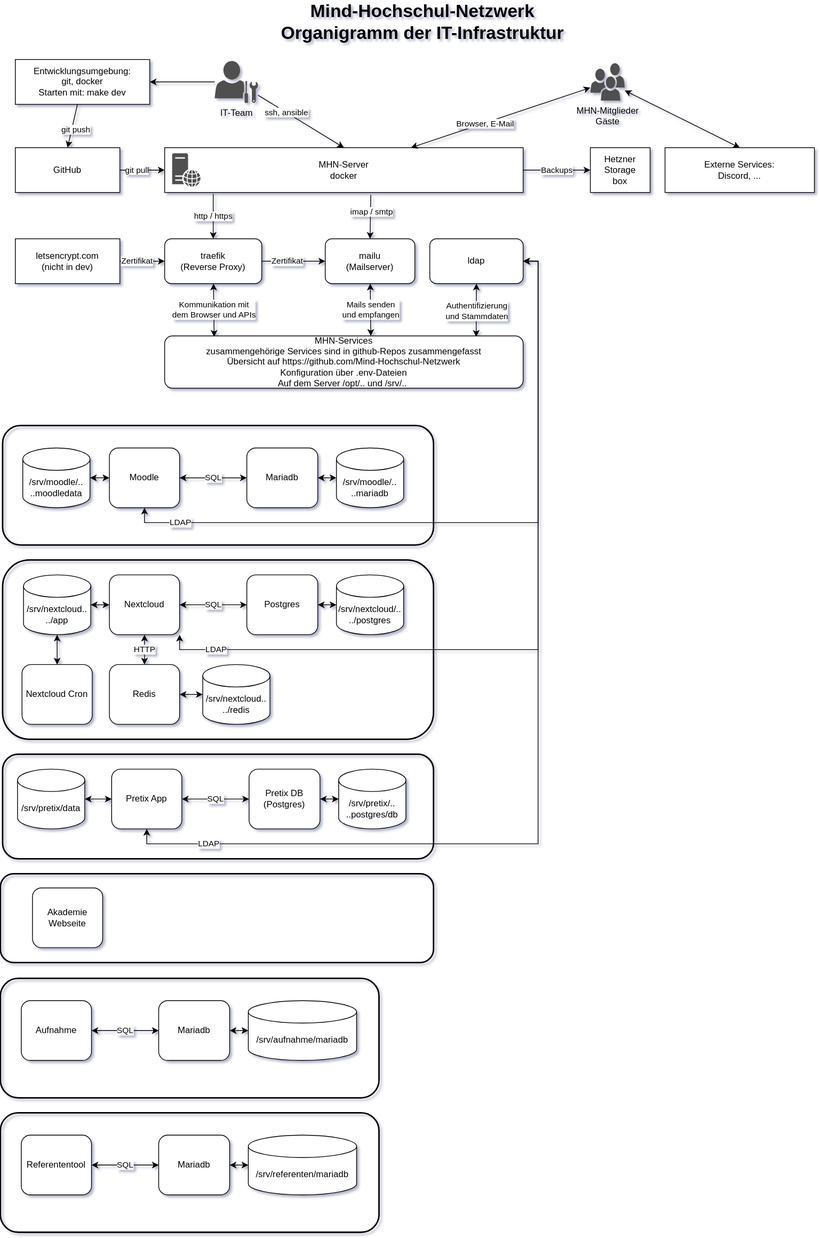
Mind-Hochschul-Netzwerk/.github keeps this draw.io diagram as profile/organization-chart.drawio.svg. Above is the earlier version. Source tidied: cells renumbered, new cells last; positions are measured from the earlier drawing's top-left corner, leaving out a move shared by most shapes.
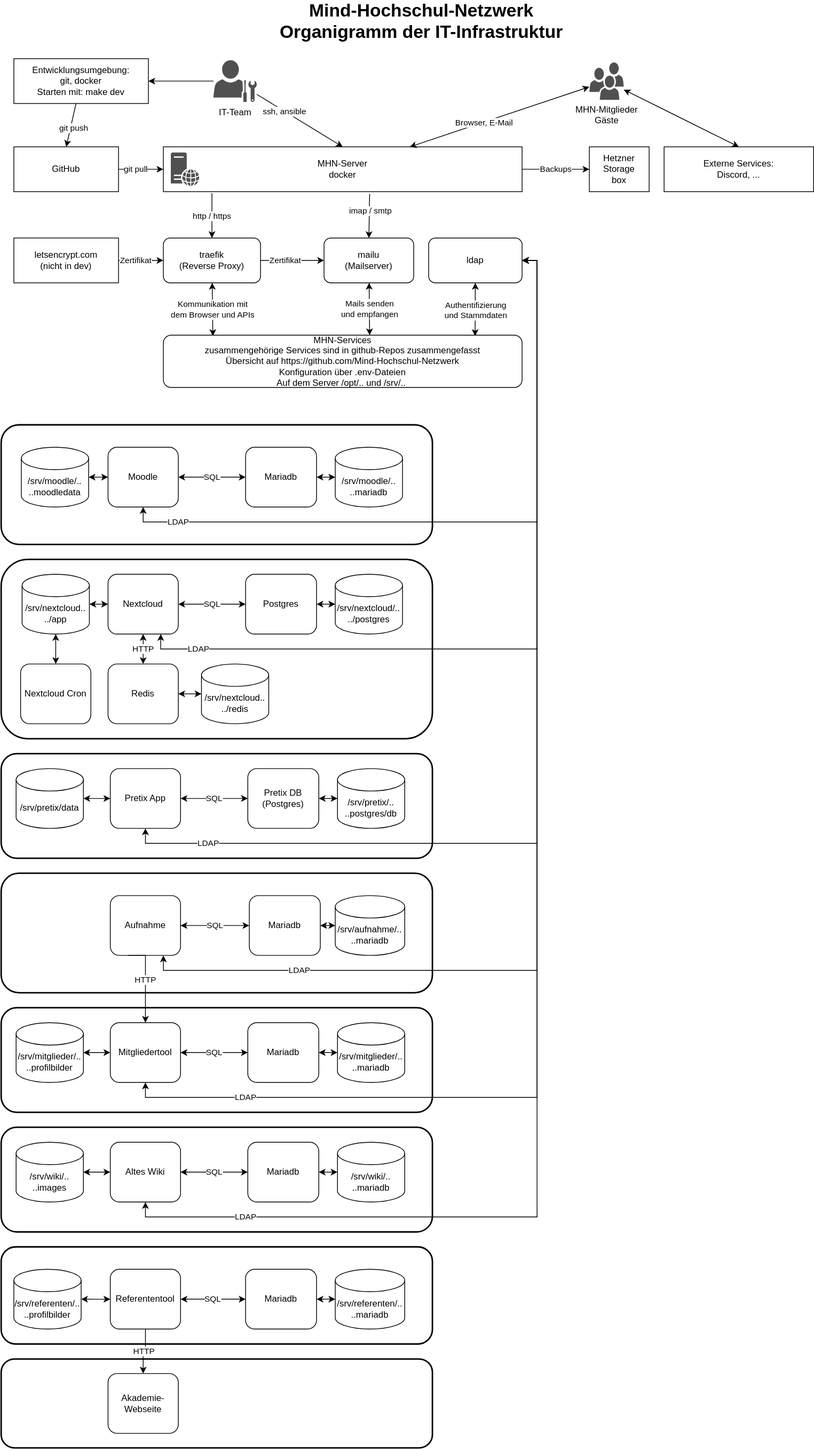
Later version of the same file.

Change to the diagram source:
```diff
@@ -3,10 +3,10 @@
     <mxCell id="0" />
     <mxCell id="1" parent="0" />
     <mxCell id="2" style="rounded=1;whiteSpace=wrap;html=1;fillColor=none;strokeWidth=2;glass=0;shadow=0;sketch=0;" parent="1" vertex="1">
-      <mxGeometry y="1160" width="580" height="119" as="geometry" />
+      <mxGeometry x="3" y="1810" width="577" height="119" as="geometry" />
     </mxCell>
     <mxCell id="3" style="rounded=1;whiteSpace=wrap;html=1;fillColor=none;strokeWidth=2;glass=0;shadow=0;sketch=0;" parent="1" vertex="1">
-      <mxGeometry y="1300" width="507" height="160" as="geometry" />
+      <mxGeometry x="3" y="1160" width="577" height="160" as="geometry" />
     </mxCell>
     <mxCell id="4" style="rounded=1;whiteSpace=wrap;html=1;fillColor=none;strokeWidth=2;glass=0;shadow=0;sketch=0;" parent="1" vertex="1">
       <mxGeometry x="3" y="1000" width="577" height="140" as="geometry" />
@@ -123,6 +123,31 @@
         <mxPoint y="11" as="offset" />
       </mxGeometry>
     </mxCell>
+    <mxCell id="88" style="edgeStyle=orthogonalEdgeStyle;rounded=0;jettySize=auto;html=1;entryX=0.75;entryY=1;entryDx=0;entryDy=0;" parent="1" edge="1" source="41" target="78">
+      <mxGeometry relative="1" as="geometry">
+        <Array as="points">
+          <mxPoint x="720" y="340" />
+          <mxPoint x="720" y="1290" />
+          <mxPoint x="220" y="1290" />
+          <mxPoint x="220" y="1270" />
+        </Array>
+      </mxGeometry>
+    </mxCell>
+    <mxCell id="89" value="LDAP" style="edgeLabel;html=1;align=center;verticalAlign=middle;" parent="88" vertex="1">
+      <mxGeometry x="0.73" y="-1" relative="1" as="geometry" />
+    </mxCell>
+    <mxCell id="90" value="LDAP" style="edgeStyle=orthogonalEdgeStyle;rounded=0;jettySize=auto;html=1;entryX=0.5;entryY=1;entryDx=0;entryDy=0;startArrow=classic;startFill=1;endArrow=classic;endFill=1;" parent="1" edge="1" source="41" target="98">
+      <mxGeometry x="0.82" relative="1" as="geometry">
+        <Array as="points">
+          <mxPoint x="720" y="340" />
+          <mxPoint x="720" y="1460" />
+          <mxPoint x="196" y="1460" />
+        </Array>
+      </mxGeometry>
+    </mxCell>
+    <mxCell id="91" value="LDAP" style="edgeStyle=orthogonalEdgeStyle;rounded=0;jettySize=auto;html=1;exitX=1;exitY=0.5;exitDx=0;exitDy=0;entryX=0.5;entryY=1;entryDx=0;entryDy=0;startArrow=classic;startFill=1;endArrow=classic;endFill=1;" parent="1" edge="1" source="41" target="106">
+      <mxGeometry x="0.83" relative="1" as="geometry" />
+    </mxCell>
     <mxCell id="41" value="ldap" style="rounded=1;whiteSpace=wrap;html=1;" parent="1" vertex="1">
       <mxGeometry x="575" y="310" width="125" height="60" as="geometry" />
     </mxCell>
@@ -195,7 +220,7 @@
     <mxCell id="62" style="edgeStyle=none;rounded=0;jettySize=auto;html=1;exitX=0;exitY=0.5;exitDx=0;exitDy=0;entryX=1;entryY=0.5;entryDx=0;entryDy=0;entryPerimeter=0;startArrow=classic;startFill=1;endArrow=classic;endFill=1;" parent="1" edge="1" source="64" target="67">
       <mxGeometry relative="1" as="geometry" />
     </mxCell>
-    <mxCell id="63" value="LDAP" style="edgeStyle=orthogonalEdgeStyle;rounded=0;jettySize=auto;html=1;exitX=1;exitY=1;exitDx=0;exitDy=0;entryX=1;entryY=0.5;entryDx=0;entryDy=0;startArrow=classic;startFill=1;" parent="1" edge="1" source="64" target="41">
+    <mxCell id="63" value="LDAP" style="edgeStyle=orthogonalEdgeStyle;rounded=0;jettySize=auto;html=1;exitX=0.75;exitY=1;exitDx=0;exitDy=0;entryX=1;entryY=0.5;entryDx=0;entryDy=0;startArrow=classic;startFill=1;" parent="1" edge="1" source="64" target="41">
       <mxGeometry x="-0.87" relative="1" as="geometry">
         <mxPoint x="1" as="offset" />
       </mxGeometry>
@@ -236,41 +261,105 @@
     <mxCell id="75" style="rounded=1;whiteSpace=wrap;html=1;fillColor=none;strokeWidth=2;glass=0;shadow=0;sketch=0;" parent="1" vertex="1">
       <mxGeometry x="3" y="560" width="577" height="160" as="geometry" />
     </mxCell>
-    <mxCell id="76" value="Akademie Webseite" style="rounded=1;whiteSpace=wrap;html=1;verticalAlign=middle;align=center;spacingLeft=0;" parent="1" vertex="1">
-      <mxGeometry x="43" y="1179" width="94" height="80" as="geometry" />
+    <mxCell id="76" value="Akademie- Webseite" style="rounded=1;whiteSpace=wrap;html=1;verticalAlign=middle;align=center;spacingLeft=0;" parent="1" vertex="1">
+      <mxGeometry x="146" y="1829.5" width="94" height="80" as="geometry" />
     </mxCell>
     <mxCell id="77" value="SQL" style="edgeStyle=none;rounded=0;jettySize=auto;html=1;exitX=1;exitY=0.5;exitDx=0;exitDy=0;entryX=0;entryY=0.5;entryDx=0;entryDy=0;startArrow=classic;startFill=1;endArrow=classic;endFill=1;" parent="1" edge="1" source="78" target="80">
       <mxGeometry relative="1" as="geometry" />
     </mxCell>
     <mxCell id="78" value="Aufnahme" style="rounded=1;whiteSpace=wrap;html=1;verticalAlign=middle;align=center;spacingLeft=0;" parent="1" vertex="1">
-      <mxGeometry x="28" y="1330" width="94" height="80" as="geometry" />
+      <mxGeometry x="149" y="1190" width="94" height="80" as="geometry" />
     </mxCell>
     <mxCell id="79" style="edgeStyle=none;rounded=0;jettySize=auto;html=1;entryX=0;entryY=0.5;entryDx=0;entryDy=0;entryPerimeter=0;startArrow=classic;startFill=1;endArrow=classic;endFill=1;" parent="1" edge="1" source="80" target="81">
       <mxGeometry relative="1" as="geometry" />
     </mxCell>
     <mxCell id="80" value="Mariadb" style="rounded=1;whiteSpace=wrap;html=1;" parent="1" vertex="1">
-      <mxGeometry x="212" y="1330" width="95" height="80" as="geometry" />
+      <mxGeometry x="335" y="1190" width="95" height="80" as="geometry" />
     </mxCell>
-    <mxCell id="81" value="/srv/aufnahme/mariadb" style="shape=cylinder3;whiteSpace=wrap;html=1;boundedLbl=1;backgroundOutline=1;size=15;" parent="1" vertex="1">
-      <mxGeometry x="332" y="1330" width="145" height="80" as="geometry" />
+    <mxCell id="81" value="/srv/aufnahme/..&lt;br&gt;..mariadb" style="shape=cylinder3;whiteSpace=wrap;html=1;boundedLbl=1;backgroundOutline=1;size=15;" parent="1" vertex="1">
+      <mxGeometry x="450" y="1190" width="93" height="80" as="geometry" />
     </mxCell>
     <mxCell id="82" style="rounded=1;whiteSpace=wrap;html=1;fillColor=none;strokeWidth=2;glass=0;shadow=0;sketch=0;" parent="1" vertex="1">
-      <mxGeometry y="1480" width="507" height="160" as="geometry" />
+      <mxGeometry x="3" y="1660" width="577" height="130" as="geometry" />
     </mxCell>
     <mxCell id="83" value="SQL" style="edgeStyle=none;rounded=0;jettySize=auto;html=1;exitX=1;exitY=0.5;exitDx=0;exitDy=0;entryX=0;entryY=0.5;entryDx=0;entryDy=0;startArrow=classic;startFill=1;endArrow=classic;endFill=1;" parent="1" edge="1" source="84" target="86">
       <mxGeometry relative="1" as="geometry" />
     </mxCell>
+    <mxCell id="92" value="HTTP" style="edgeStyle=orthogonalEdgeStyle;rounded=0;jettySize=auto;html=1;entryX=0.5;entryY=0;entryDx=0;entryDy=0;" parent="1" edge="1" source="84" target="76">
+      <mxGeometry relative="1" as="geometry" />
+    </mxCell>
+    <mxCell id="93" style="edgeStyle=orthogonalEdgeStyle;rounded=0;jettySize=auto;html=1;entryX=1;entryY=0.5;entryDx=0;entryDy=0;entryPerimeter=0;startArrow=classic;startFill=1;endArrow=classic;endFill=1;" parent="1" edge="1" source="84" target="111">
+      <mxGeometry relative="1" as="geometry" />
+    </mxCell>
     <mxCell id="84" value="Referententool" style="rounded=1;whiteSpace=wrap;html=1;verticalAlign=middle;align=center;spacingLeft=0;" parent="1" vertex="1">
-      <mxGeometry x="28" y="1510" width="94" height="80" as="geometry" />
+      <mxGeometry x="149" y="1690" width="94" height="80" as="geometry" />
     </mxCell>
     <mxCell id="85" style="edgeStyle=none;rounded=0;jettySize=auto;html=1;entryX=0;entryY=0.5;entryDx=0;entryDy=0;entryPerimeter=0;startArrow=classic;startFill=1;endArrow=classic;endFill=1;" parent="1" edge="1" source="86" target="87">
       <mxGeometry relative="1" as="geometry" />
     </mxCell>
     <mxCell id="86" value="Mariadb" style="rounded=1;whiteSpace=wrap;html=1;" parent="1" vertex="1">
-      <mxGeometry x="212" y="1510" width="95" height="80" as="geometry" />
+      <mxGeometry x="330" y="1690" width="95" height="80" as="geometry" />
     </mxCell>
-    <mxCell id="87" value="/srv/referenten/mariadb" style="shape=cylinder3;whiteSpace=wrap;html=1;boundedLbl=1;backgroundOutline=1;size=15;" parent="1" vertex="1">
-      <mxGeometry x="332" y="1510" width="145" height="80" as="geometry" />
+    <mxCell id="87" value="/srv/referenten/..&lt;br&gt;..mariadb" style="shape=cylinder3;whiteSpace=wrap;html=1;boundedLbl=1;backgroundOutline=1;size=15;" parent="1" vertex="1">
+      <mxGeometry x="450" y="1690" width="93" height="80" as="geometry" />
     </mxCell>
+    <mxCell id="94" style="rounded=1;whiteSpace=wrap;html=1;fillColor=none;strokeWidth=2;glass=0;shadow=0;sketch=0;" parent="1" vertex="1">
+      <mxGeometry x="3" y="1340" width="577" height="140" as="geometry" />
+    </mxCell>
+    <mxCell id="95" value="SQL" style="edgeStyle=none;rounded=0;jettySize=auto;html=1;exitX=1;exitY=0.5;exitDx=0;exitDy=0;entryX=0;entryY=0.5;entryDx=0;entryDy=0;startArrow=classic;startFill=1;endArrow=classic;endFill=1;" parent="1" edge="1" source="98" target="100">
+      <mxGeometry relative="1" as="geometry" />
+    </mxCell>
+    <mxCell id="96" style="edgeStyle=none;rounded=0;jettySize=auto;html=1;exitX=0;exitY=0.5;exitDx=0;exitDy=0;entryX=1;entryY=0.5;entryDx=0;entryDy=0;entryPerimeter=0;startArrow=classic;startFill=1;endArrow=classic;endFill=1;" parent="1" edge="1" source="98" target="101">
+      <mxGeometry relative="1" as="geometry" />
+    </mxCell>
+    <mxCell id="97" value="HTTP" style="edgeStyle=orthogonalEdgeStyle;rounded=0;jettySize=auto;html=1;exitX=0.5;exitY=0;exitDx=0;exitDy=0;entryX=0.25;entryY=1;entryDx=0;entryDy=0;startArrow=classic;startFill=1;endArrow=none;endFill=0;" parent="1" edge="1" source="98" target="78">
+      <mxGeometry relative="1" as="geometry">
+        <Array as="points">
+          <mxPoint x="196" y="1270" />
+        </Array>
+      </mxGeometry>
+    </mxCell>
+    <mxCell id="98" value="Mitgliedertool" style="rounded=1;whiteSpace=wrap;html=1;verticalAlign=middle;align=center;spacingLeft=0;" parent="1" vertex="1">
+      <mxGeometry x="149" y="1360" width="94" height="80" as="geometry" />
+    </mxCell>
+    <mxCell id="99" style="edgeStyle=none;rounded=0;jettySize=auto;html=1;entryX=0;entryY=0.5;entryDx=0;entryDy=0;entryPerimeter=0;startArrow=classic;startFill=1;endArrow=classic;endFill=1;" parent="1" edge="1" source="100" target="102">
+      <mxGeometry relative="1" as="geometry" />
+    </mxCell>
+    <mxCell id="100" value="Mariadb" style="rounded=1;whiteSpace=wrap;html=1;" parent="1" vertex="1">
+      <mxGeometry x="333" y="1360" width="95" height="80" as="geometry" />
+    </mxCell>
+    <mxCell id="101" value="/srv/mitglieder/..&lt;br&gt;..profilbilder" style="shape=cylinder3;whiteSpace=wrap;html=1;boundedLbl=1;backgroundOutline=1;size=15;" parent="1" vertex="1">
+      <mxGeometry x="23" y="1360" width="90" height="80" as="geometry" />
+    </mxCell>
+    <mxCell id="102" value="/srv/mitglieder/..&lt;br&gt;..mariadb" style="shape=cylinder3;whiteSpace=wrap;html=1;boundedLbl=1;backgroundOutline=1;size=15;" parent="1" vertex="1">
+      <mxGeometry x="453" y="1360" width="90" height="80" as="geometry" />
+    </mxCell>
+    <mxCell id="103" style="rounded=1;whiteSpace=wrap;html=1;fillColor=none;strokeWidth=2;glass=0;shadow=0;sketch=0;" parent="1" vertex="1">
+      <mxGeometry x="3" y="1500" width="577" height="140" as="geometry" />
+    </mxCell>
+    <mxCell id="104" value="SQL" style="edgeStyle=none;rounded=0;jettySize=auto;html=1;exitX=1;exitY=0.5;exitDx=0;exitDy=0;entryX=0;entryY=0.5;entryDx=0;entryDy=0;startArrow=classic;startFill=1;endArrow=classic;endFill=1;" parent="1" edge="1" source="106" target="108">
+      <mxGeometry relative="1" as="geometry" />
+    </mxCell>
+    <mxCell id="105" style="edgeStyle=none;rounded=0;jettySize=auto;html=1;exitX=0;exitY=0.5;exitDx=0;exitDy=0;entryX=1;entryY=0.5;entryDx=0;entryDy=0;entryPerimeter=0;startArrow=classic;startFill=1;endArrow=classic;endFill=1;" parent="1" edge="1" source="106" target="109">
+      <mxGeometry relative="1" as="geometry" />
+    </mxCell>
+    <mxCell id="106" value="Altes Wiki" style="rounded=1;whiteSpace=wrap;html=1;verticalAlign=middle;align=center;spacingLeft=0;" parent="1" vertex="1">
+      <mxGeometry x="149" y="1520" width="94" height="80" as="geometry" />
+    </mxCell>
+    <mxCell id="107" style="edgeStyle=none;rounded=0;jettySize=auto;html=1;entryX=0;entryY=0.5;entryDx=0;entryDy=0;entryPerimeter=0;startArrow=classic;startFill=1;endArrow=classic;endFill=1;" parent="1" edge="1" source="108" target="110">
+      <mxGeometry relative="1" as="geometry" />
+    </mxCell>
+    <mxCell id="108" value="Mariadb" style="rounded=1;whiteSpace=wrap;html=1;" parent="1" vertex="1">
+      <mxGeometry x="333" y="1520" width="95" height="80" as="geometry" />
+    </mxCell>
+    <mxCell id="109" value="/srv/wiki/..&lt;br&gt;..images" style="shape=cylinder3;whiteSpace=wrap;html=1;boundedLbl=1;backgroundOutline=1;size=15;" parent="1" vertex="1">
+      <mxGeometry x="23" y="1520" width="90" height="80" as="geometry" />
+    </mxCell>
+    <mxCell id="110" value="/srv/wiki/..&lt;br&gt;..mariadb" style="shape=cylinder3;whiteSpace=wrap;html=1;boundedLbl=1;backgroundOutline=1;size=15;" parent="1" vertex="1">
+      <mxGeometry x="453" y="1520" width="90" height="80" as="geometry" />
+    </mxCell>
+    <mxCell id="111" value="/srv/referenten/..&lt;br&gt;..profilbilder" style="shape=cylinder3;whiteSpace=wrap;html=1;boundedLbl=1;backgroundOutline=1;size=15;" parent="1" vertex="1">
+      <mxGeometry x="20" y="1690" width="90" height="80" as="geometry" />
+    </mxCell>
   </root>
 </mxGraphModel>
```
